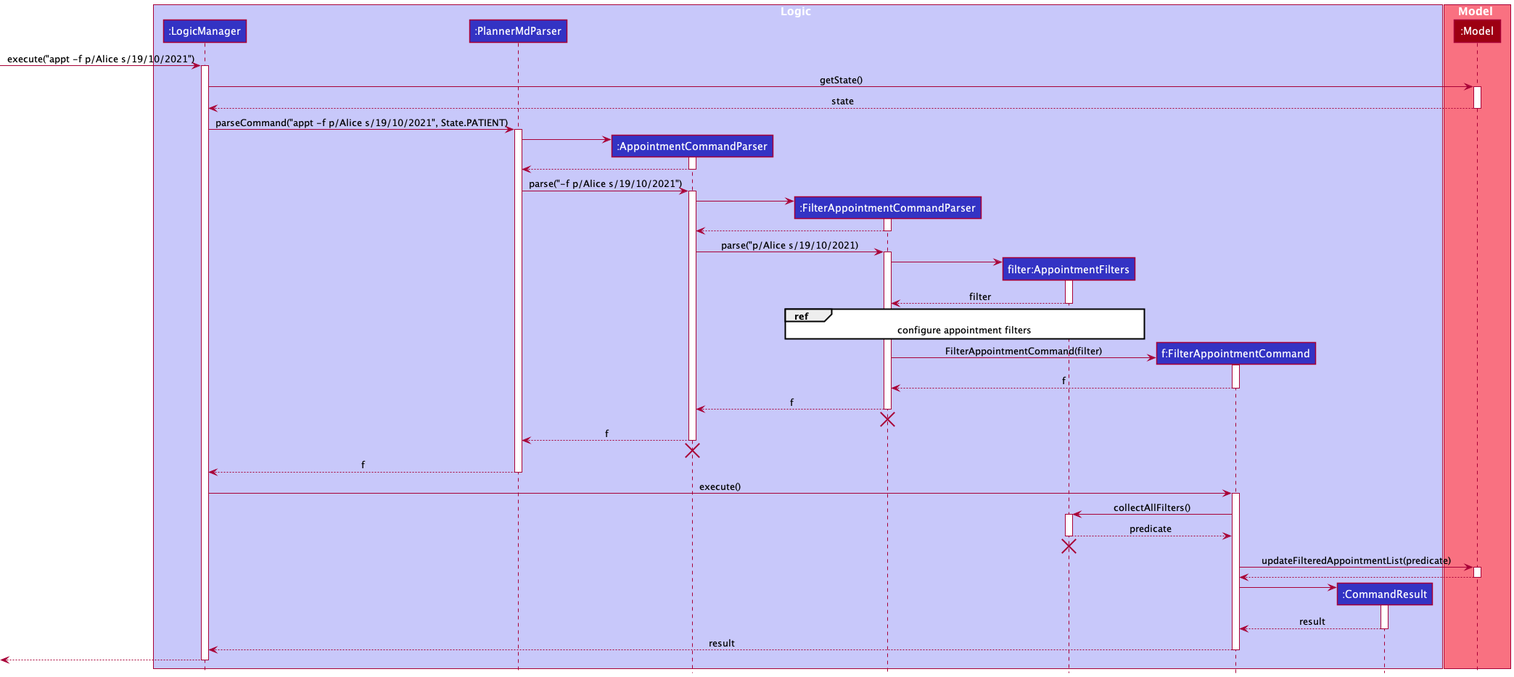
Above: docs/images/AppointmentFilterSequenceDiagram.png in nus-cs2103-AY2122S1/tp (PlantUML), before the change. Its diagram source:
```plantuml
@startuml
!include style.puml

box Logic LOGIC_COLOR_T1
participant ":LogicManager" as LogicManager LOGIC_COLOR
participant ":PlannerMdParser" as PlannerMdParser LOGIC_COLOR
participant ":AppointmentCommandParser" as AppointmentCommandParser LOGIC_COLOR
participant ":FilterAppointmentCommandParser" as FilterAppointmentCommandParser LOGIC_COLOR
participant "filter:AppointmentFilters" as AppointmentFilters LOGIC_COLOR
participant "f:FilterAppointmentCommand" as FilterAppointmentCommand LOGIC_COLOR
participant ":CommandResult" as CommandResult LOGIC_COLOR
end box

box Model MODEL_COLOR_T1
participant ":Model" as Model MODEL_COLOR
end box

[-> LogicManager : execute("appt -f p/Alice s/19/10/2021")
activate LogicManager

LogicManager -> Model : getState()
activate Model

Model --> LogicManager : state
deactivate Model

LogicManager -> PlannerMdParser : parseCommand("appt -f p/Alice s/19/10/2021", State.PATIENT)
activate PlannerMdParser

create AppointmentCommandParser
PlannerMdParser -> AppointmentCommandParser
activate AppointmentCommandParser

AppointmentCommandParser --> PlannerMdParser
deactivate AppointmentCommandParser

PlannerMdParser -> AppointmentCommandParser : parse("-f p/Alice s/19/10/2021")
activate AppointmentCommandParser

create FilterAppointmentCommandParser
AppointmentCommandParser -> FilterAppointmentCommandParser
activate FilterAppointmentCommandParser

FilterAppointmentCommandParser --> AppointmentCommandParser
deactivate FilterAppointmentCommandParser

AppointmentCommandParser -> FilterAppointmentCommandParser : parse("p/Alice s/19/10/2021)
activate FilterAppointmentCommandParser

create AppointmentFilters
FilterAppointmentCommandParser -> AppointmentFilters
activate AppointmentFilters

AppointmentFilters --> FilterAppointmentCommandParser : filter
deactivate AppointmentFilters

ref over FilterAppointmentCommandParser, AppointmentFilters
configure appointment filters
end ref

create FilterAppointmentCommand
FilterAppointmentCommandParser -> FilterAppointmentCommand : FilterAppointmentCommand(filter)
activate FilterAppointmentCommand

FilterAppointmentCommand --> FilterAppointmentCommandParser : f
deactivate FilterAppointmentCommand

FilterAppointmentCommandParser --> AppointmentCommandParser : f
deactivate FilterAppointmentCommandParser

FilterAppointmentCommandParser -[hidden]-> PlannerMdParser
destroy FilterAppointmentCommandParser

AppointmentCommandParser --> PlannerMdParser : f
deactivate AppointmentCommandParser

AppointmentCommandParser -[hidden]-> PlannerMdParser
destroy AppointmentCommandParser

PlannerMdParser --> LogicManager : f
deactivate PlannerMdParser

LogicManager -> FilterAppointmentCommand : execute()
activate FilterAppointmentCommand

FilterAppointmentCommand -> AppointmentFilters : collectAllFilters()
activate AppointmentFilters

AppointmentFilters --> FilterAppointmentCommand : predicate
deactivate AppointmentFilters

AppointmentFilters -[hidden]-> PlannerMdParser
destroy AppointmentFilters

FilterAppointmentCommand -> Model : updateFilteredAppointmentList(predicate)
activate Model

Model --> FilterAppointmentCommand
deactivate Model

create CommandResult
FilterAppointmentCommand -> CommandResult
activate CommandResult

CommandResult --> FilterAppointmentCommand : result
deactivate CommandResult

FilterAppointmentCommand --> LogicManager : result
deactivate FilterAppointmentCommand

[<--LogicManager
deactivate LogicManager
@enduml
```
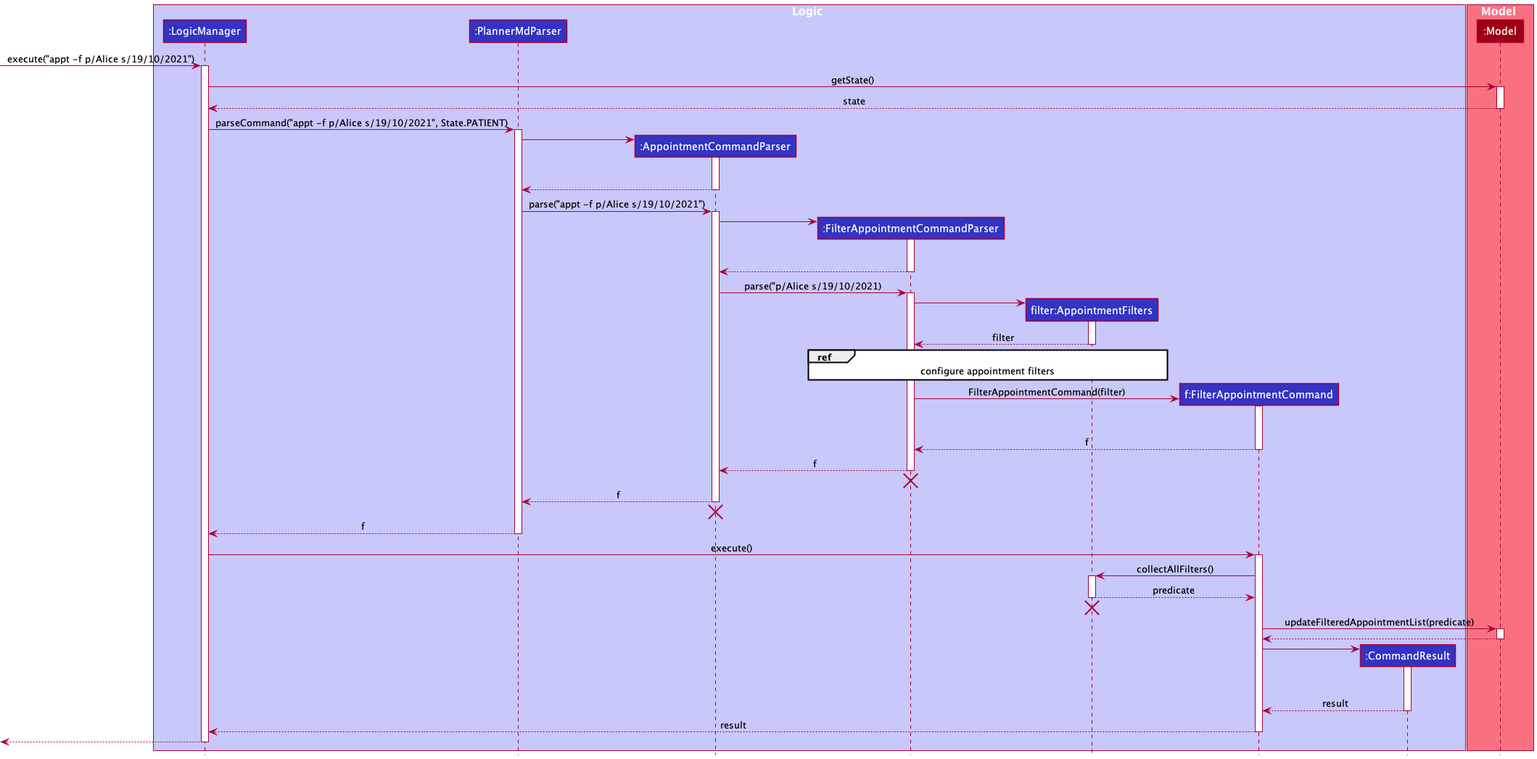
After the commit.

Commit message:
Increase length of activation bar

Diff of the diagram source:
```diff
@@ -31,16 +31,20 @@
 PlannerMdParser -> AppointmentCommandParser
 activate AppointmentCommandParser
 
+AppointmentCommandParser -[hidden]-> PlannerMdParser
+AppointmentCommandParser -[hidden]-> PlannerMdParser
 AppointmentCommandParser --> PlannerMdParser
 deactivate AppointmentCommandParser
 
-PlannerMdParser -> AppointmentCommandParser : parse("-f p/Alice s/19/10/2021")
+PlannerMdParser -> AppointmentCommandParser : parse("appt -f p/Alice s/19/10/2021")
 activate AppointmentCommandParser
 
 create FilterAppointmentCommandParser
 AppointmentCommandParser -> FilterAppointmentCommandParser
 activate FilterAppointmentCommandParser
 
+FilterAppointmentCommandParser -[hidden]-> PlannerMdParser
+FilterAppointmentCommand -[hidden]-> PlannerMdParser
 FilterAppointmentCommandParser --> AppointmentCommandParser
 deactivate FilterAppointmentCommandParser
 
@@ -62,6 +66,8 @@
 FilterAppointmentCommandParser -> FilterAppointmentCommand : FilterAppointmentCommand(filter)
 activate FilterAppointmentCommand
 
+FilterAppointmentCommand -[hidden]-> PlannerMdParser
+FilterAppointmentCommand -[hidden]-> PlannerMdParser
 FilterAppointmentCommand --> FilterAppointmentCommandParser : f
 deactivate FilterAppointmentCommand
 
@@ -102,6 +108,8 @@
 FilterAppointmentCommand -> CommandResult
 activate CommandResult
 
+CommandResult -[hidden]-> PlannerMdParser
+CommandResult -[hidden]-> PlannerMdParser
 CommandResult --> FilterAppointmentCommand : result
 deactivate CommandResult
 
```
